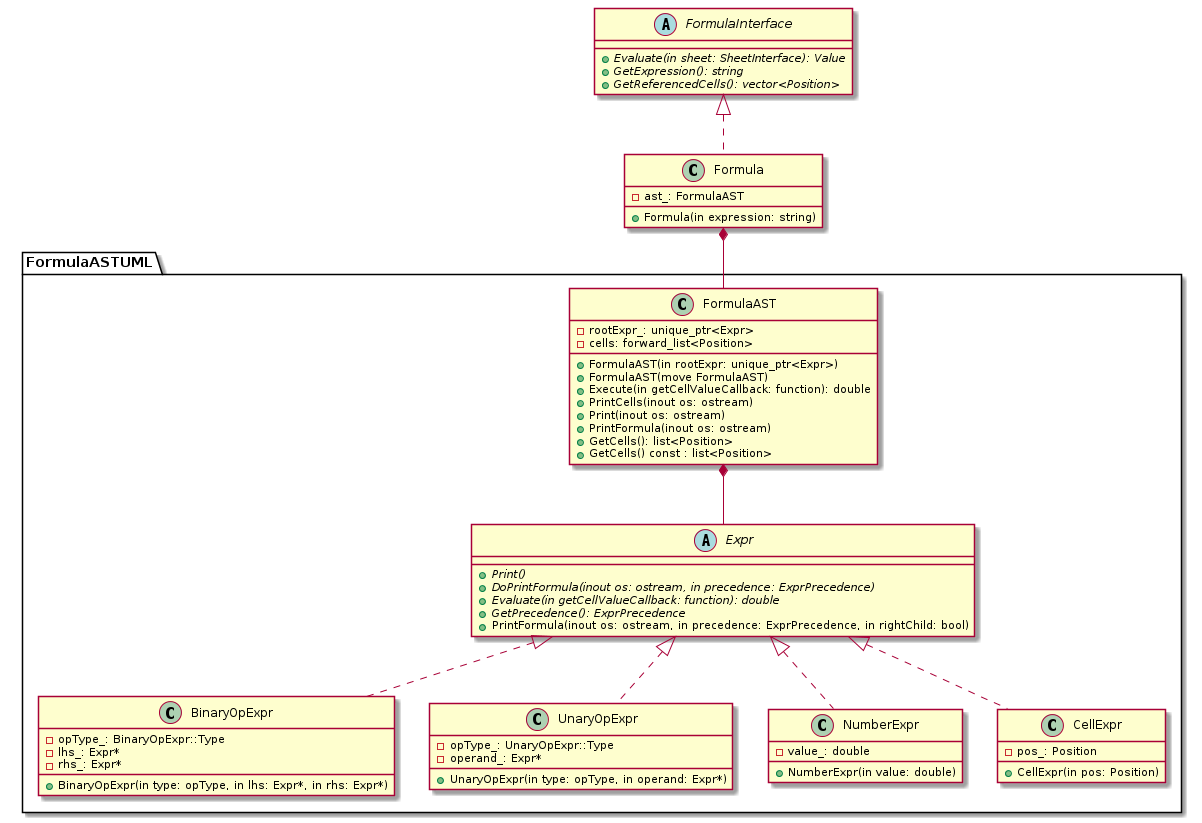
Before: uml/png/formula.png, a diagram exported from PlantUML (kazarynau/YandexPraktikumFinal).
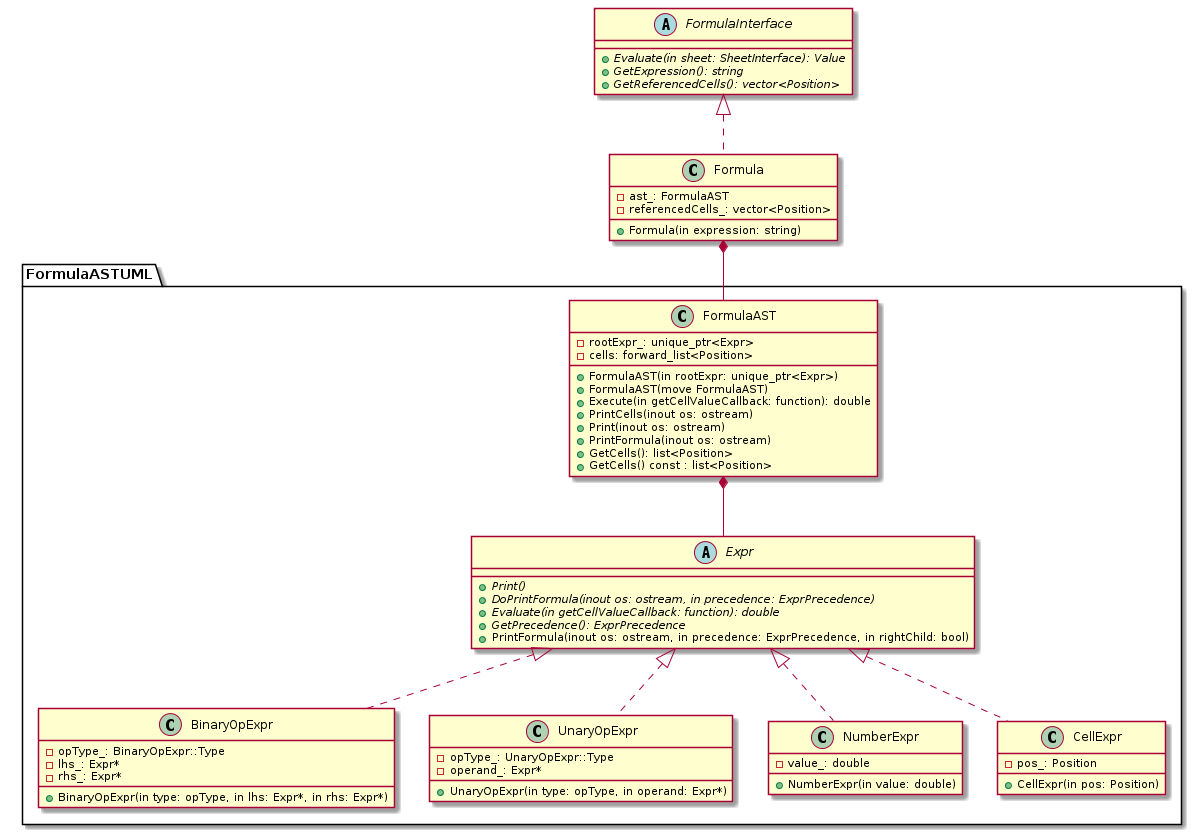
Above is the later version.

Commit message:
Add referencedCells_ to formula

The edit, as a diff of the source:
```diff
@@ -66,6 +66,7 @@
 class Formula {
     +Formula(in expression: string)
     -ast_: FormulaAST
+    -referencedCells_: vector<Position>
 }
 
 class Formula implements FormulaInterface
```
